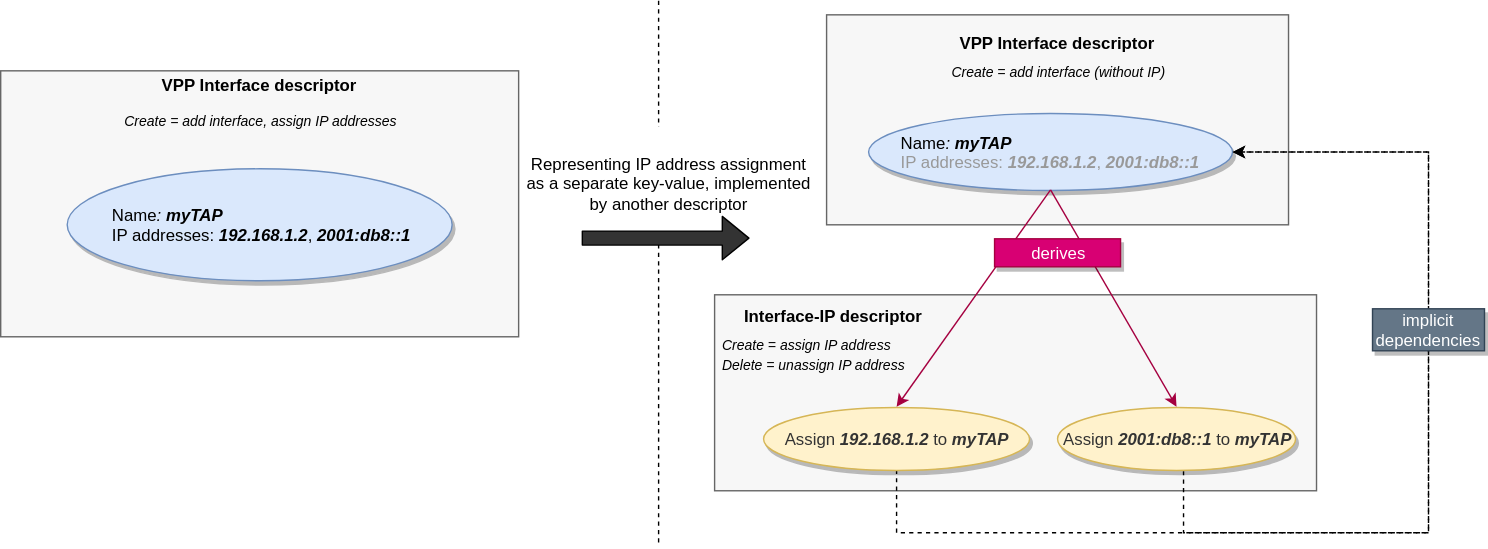
This is docs/kvscheduler/img/derived-interface-ip.svg from ligato/vpp-agent, a draw.io export, as it was before one commit. Source tidied: cells renumbered, new cells last; positions are measured from the earlier drawing's top-left corner, leaving out a move shared by most shapes.
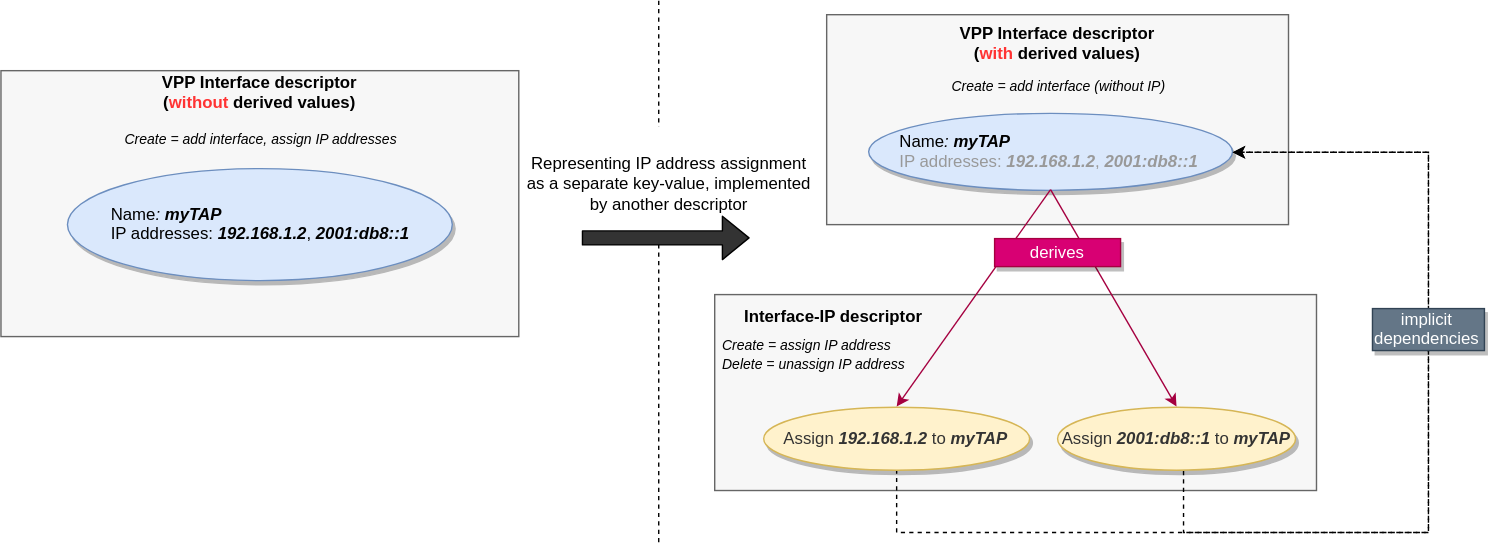
After the change.

Commit message:
Redraw diagram for derived values

Diff of the diagram source:
```diff
@@ -11,8 +11,8 @@
     <mxCell id="3" style="rounded=0;whiteSpace=wrap;html=1;fillColor=#F7F7F7;strokeColor=#666666;fontColor=#333333;" parent="1" vertex="1">
       <mxGeometry y="50" width="370" height="190" as="geometry" />
     </mxCell>
-    <mxCell id="4" value="&lt;b&gt;VPP Interface descriptor&lt;/b&gt;" style="text;html=1;strokeColor=none;fillColor=none;align=center;verticalAlign=middle;whiteSpace=wrap;rounded=0;" parent="1" vertex="1">
-      <mxGeometry y="50" width="370" height="20" as="geometry" />
+    <mxCell id="4" value="&lt;b&gt;VPP Interface descriptor&lt;br&gt;(&lt;font color=&quot;#ff3333&quot;&gt;without &lt;/font&gt;derived values)&lt;br&gt;&lt;/b&gt;" style="text;html=1;strokeColor=none;fillColor=none;align=center;verticalAlign=middle;whiteSpace=wrap;rounded=0;" parent="1" vertex="1">
+      <mxGeometry y="50" width="370" height="30" as="geometry" />
     </mxCell>
     <mxCell id="5" value="&lt;div style=&quot;text-align: left&quot;&gt;Name&lt;i&gt;:&lt;/i&gt; &lt;i&gt;&lt;b&gt;myTAP&lt;/b&gt;&lt;/i&gt;&lt;/div&gt;&lt;div style=&quot;text-align: left&quot;&gt;IP addresses: &lt;i&gt;&lt;b&gt;192.168.1.2&lt;/b&gt;&lt;/i&gt;,&amp;nbsp;&lt;span&gt;&lt;b&gt;&lt;i&gt;2001:db8::1&lt;/i&gt;&lt;/b&gt;&lt;/span&gt;&lt;/div&gt;" style="ellipse;whiteSpace=wrap;html=1;fillColor=#dae8fc;strokeColor=#6c8ebf;gradientColor=none;shadow=1;" parent="1" vertex="1">
       <mxGeometry x="47.5" y="120" width="275" height="80" as="geometry" />
@@ -20,7 +20,7 @@
     <mxCell id="6" style="rounded=0;whiteSpace=wrap;html=1;fillColor=#F7F7F7;strokeColor=#666666;fontColor=#333333;" parent="1" vertex="1">
       <mxGeometry x="590" y="10" width="330" height="150" as="geometry" />
     </mxCell>
-    <mxCell id="7" value="&lt;b&gt;VPP Interface descriptor&lt;/b&gt;&lt;br&gt;" style="text;html=1;strokeColor=none;fillColor=none;align=center;verticalAlign=middle;whiteSpace=wrap;rounded=0;" parent="1" vertex="1">
+    <mxCell id="7" value="&lt;b&gt;VPP Interface descriptor&lt;br&gt;&lt;/b&gt;&lt;b&gt;(&lt;font color=&quot;#ff3333&quot;&gt;with &lt;/font&gt;derived values)&lt;/b&gt;&lt;br&gt;" style="text;html=1;strokeColor=none;fillColor=none;align=center;verticalAlign=middle;whiteSpace=wrap;rounded=0;" parent="1" vertex="1">
       <mxGeometry x="590" y="20" width="330" height="20" as="geometry" />
     </mxCell>
     <mxCell id="8" value="&lt;div style=&quot;text-align: left&quot;&gt;&lt;div&gt;Name&lt;i&gt;:&amp;nbsp;&lt;/i&gt;&lt;i&gt;&lt;b&gt;myTAP&lt;/b&gt;&lt;/i&gt;&lt;/div&gt;&lt;div&gt;&lt;font color=&quot;#999999&quot;&gt;IP addresses:&amp;nbsp;&lt;i&gt;&lt;b&gt;192.168.1.2&lt;/b&gt;&lt;/i&gt;,&amp;nbsp;&lt;b&gt;&lt;i&gt;2001:db8::1&lt;/i&gt;&lt;/b&gt;&lt;/font&gt;&lt;/div&gt;&lt;/div&gt;" style="ellipse;whiteSpace=wrap;html=1;fillColor=#dae8fc;strokeColor=#6c8ebf;gradientColor=none;shadow=1;" parent="1" vertex="1">
@@ -78,13 +78,13 @@
       </mxGeometry>
     </mxCell>
     <mxCell id="21" value="&lt;i&gt;&lt;font style=&quot;font-size: 10px&quot;&gt;Create = add interface (without IP)&lt;br&gt;&lt;/font&gt;&lt;/i&gt;" style="text;html=1;strokeColor=none;fillColor=none;align=center;verticalAlign=middle;whiteSpace=wrap;rounded=0;" parent="1" vertex="1">
-      <mxGeometry x="670" y="40" width="170" height="20" as="geometry" />
+      <mxGeometry x="670" y="50" width="170" height="20" as="geometry" />
     </mxCell>
     <mxCell id="22" value="&lt;div style=&quot;text-align: left&quot;&gt;&lt;i&gt;&lt;font style=&quot;font-size: 10px&quot;&gt;Create = assign IP address&lt;/font&gt;&lt;/i&gt;&lt;/div&gt;&lt;div style=&quot;text-align: left&quot;&gt;&lt;i&gt;&lt;font style=&quot;font-size: 10px&quot;&gt;Delete = unassign IP address&lt;/font&gt;&lt;/i&gt;&lt;/div&gt;" style="text;html=1;strokeColor=none;fillColor=none;align=center;verticalAlign=middle;whiteSpace=wrap;rounded=0;" parent="1" vertex="1">
       <mxGeometry x="510" y="237" width="140" height="30" as="geometry" />
     </mxCell>
     <mxCell id="23" value="&lt;i&gt;&lt;font style=&quot;font-size: 10px&quot;&gt;Create = add interface, assign IP addresses&lt;br&gt;&lt;/font&gt;&lt;/i&gt;" style="text;html=1;strokeColor=none;fillColor=none;align=center;verticalAlign=middle;whiteSpace=wrap;rounded=0;" parent="1" vertex="1">
-      <mxGeometry x="85" y="75" width="200" height="20" as="geometry" />
+      <mxGeometry x="85" y="87.5" width="200" height="20" as="geometry" />
     </mxCell>
   </root>
 </mxGraphModel>
```
